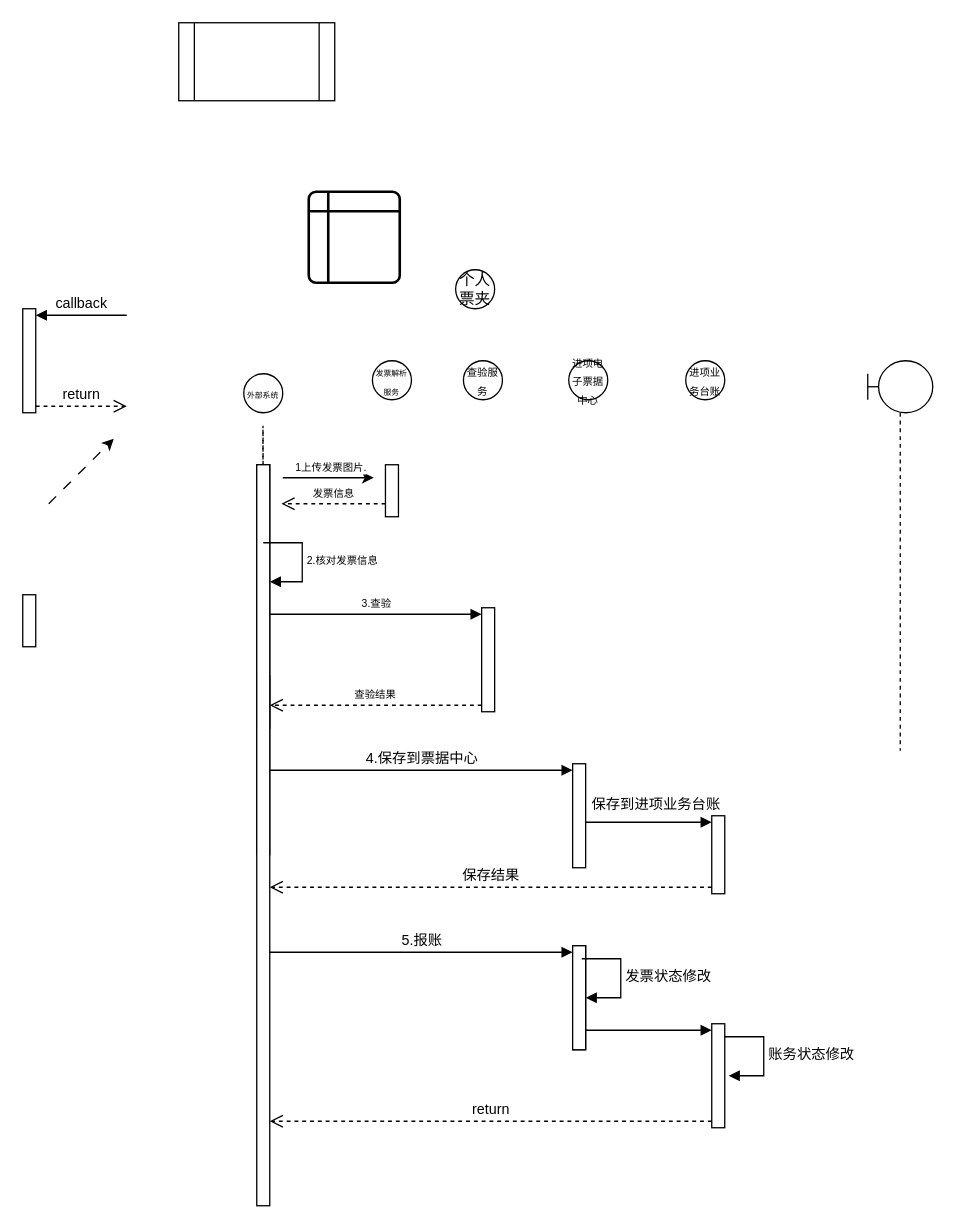
Above: menus/发票解析报账.drawio in Asamiyaa/microservice-k8s-yun (draw.io), before the change. Source tidied: cells renumbered, new cells numbered last; positions are measured from the earlier drawing's top-left corner, leaving out a move shared by most shapes. Both pictures are drawn from the tidied source at 130%, with x=0, y=0 at pixel (22, 22).
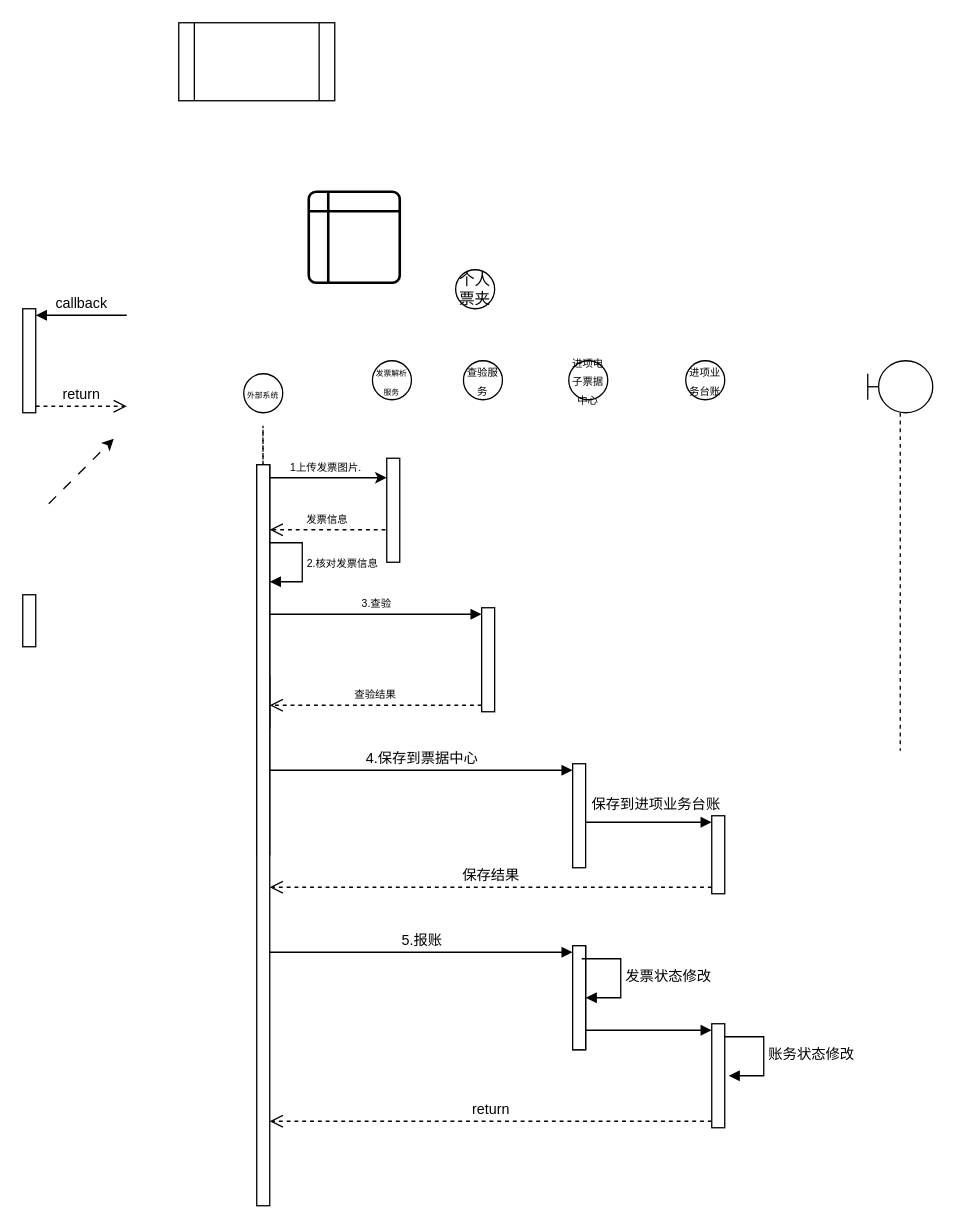
After the change.

Commit message (it also covers changes not shown here):
更新发票解析报账.drawio

The change refers to these unchanged cells:
```xml
<mxCell id="26" style="html=1;points=[[0,0,0,0,5],[0,1,0,0,-5],[1,0,0,0,5],[1,1,0,0,-5]];perimeter=orthogonalPerimeter;outlineConnect=0;targetShapes=umlLifeline;portConstraint=eastwest;newEdgeStyle={&quot;curved&quot;:0,&quot;rounded&quot;:0};" parent="1" vertex="1">
  <mxGeometry x="180" y="340" width="10" height="570" as="geometry" />
</mxCell>
```

What changed in the source:
```diff
@@
-    <mxCell id="12" style="rounded=0;whiteSpace=wrap;html=1;" parent="1" vertex="1">
-      <mxGeometry x="279" y="340" width="10" height="40" as="geometry" />
-    </mxCell>
-    <mxCell id="13" style="endArrow=classic;html=1;rounded=0;" parent="1" edge="1">
+    <mxCell id="13" style="endArrow=classic;html=1;rounded=0;" parent="1" edge="1" source="26">
       <mxGeometry relative="1" as="geometry">
-        <mxPoint x="200" y="350" as="sourcePoint" />
-        <mxPoint x="270" y="350" as="targetPoint" />
+        <mxPoint x="280" y="350" as="targetPoint" />
       </mxGeometry>
     </mxCell>
@@
     <mxCell id="17" value="&lt;font style=&quot;font-size: 8px;&quot;&gt;发票信息&lt;/font&gt;" style="html=1;verticalAlign=bottom;endArrow=open;dashed=1;endSize=8;curved=0;rounded=0;" parent="1" edge="1">
       <mxGeometry relative="1" as="geometry">
-        <mxPoint x="279" y="370" as="sourcePoint" />
-        <mxPoint x="199" y="370" as="targetPoint" />
+        <mxPoint x="279" y="390" as="sourcePoint" />
+        <mxPoint x="190" y="390" as="targetPoint" />
       </mxGeometry>
     </mxCell>
@@
     <mxCell id="27" value="&lt;font style=&quot;font-size: 8px;&quot;&gt;2.核对发票信息&lt;/font&gt;" style="html=1;align=left;spacingLeft=2;endArrow=block;rounded=0;edgeStyle=orthogonalEdgeStyle;curved=0;rounded=0;" parent="1" edge="1" target="26">
       <mxGeometry relative="1" as="geometry">
-        <mxPoint x="185" y="400" as="sourcePoint" />
+        <mxPoint x="190" y="400" as="sourcePoint" />
         <Array as="points">
           <mxPoint x="215" y="430" />
         </Array>
       </mxGeometry>
     </mxCell>
@@
+    <mxCell id="43" style="html=1;perimeter=orthogonalPerimeter;targetShapes=umlLifeline;newEdgeStyle={&quot;curved&quot;:0,&quot;rounded&quot;:0};" parent="1" vertex="1">
+      <mxGeometry x="280" y="335" width="10" height="80" as="geometry" />
+    </mxCell>
```
